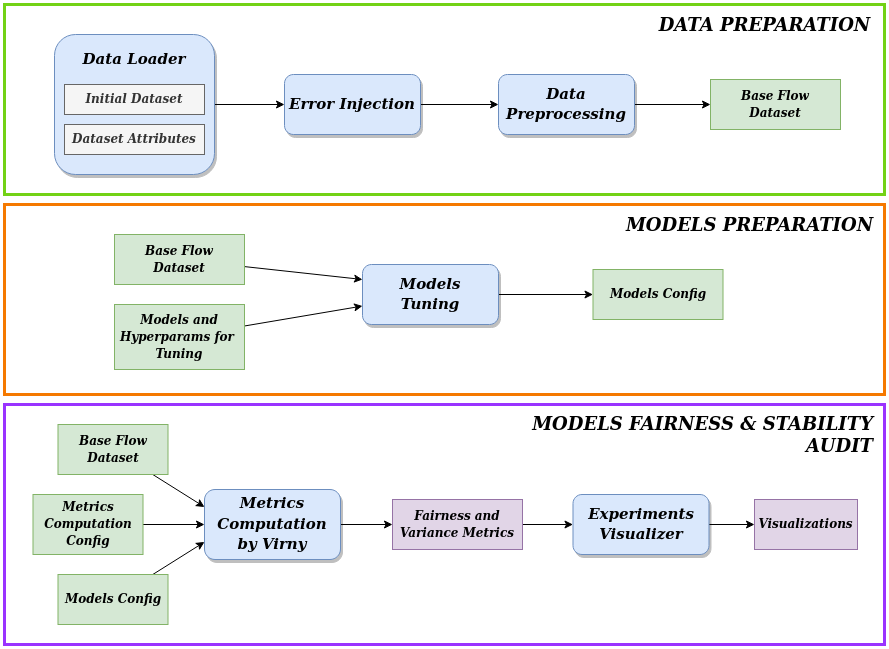
Before: docs/diagrams/ML_Lifecycle_Framework_v3.png, a diagram exported from draw.io (DataResponsibly/Virny). Source tidied: cells renumbered, new cells last; positions are measured from the earlier drawing's top-left corner, leaving out a move shared by most shapes.
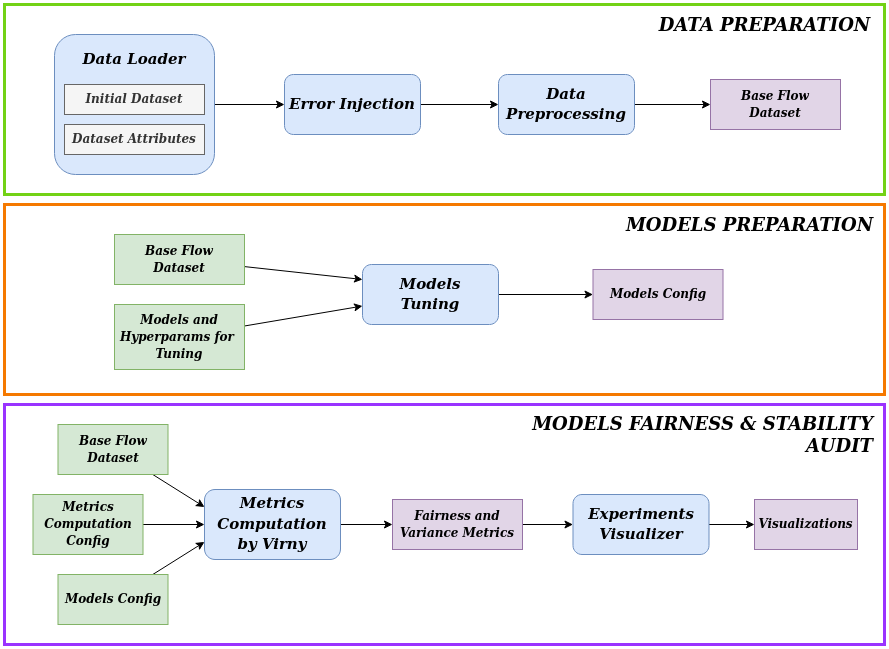
After the change.

Commit message:
Added a new diagram for MLcF

What changed in the source:
```diff
@@ -20,13 +20,13 @@
     <mxCell id="7" style="edgeStyle=orthogonalEdgeStyle;rounded=0;jettySize=auto;html=1;entryX=0;entryY=0.5;entryDx=0;entryDy=0;" parent="1" edge="1" source="8" target="37">
       <mxGeometry relative="1" as="geometry" />
     </mxCell>
-    <mxCell id="8" value="&lt;div style=&quot;font-size: 15px;&quot;&gt;&lt;font style=&quot;font-size: 15px;&quot; face=&quot;Verdana&quot;&gt;&lt;i&gt;&lt;font style=&quot;font-size: 15px;&quot;&gt;&lt;font style=&quot;font-size: 15px;&quot;&gt;&lt;font style=&quot;font-size: 15px;&quot;&gt;&lt;b&gt;Experiments&lt;/b&gt;&lt;/font&gt;&lt;/font&gt;&lt;/font&gt;&lt;/i&gt;&lt;/font&gt;&lt;/div&gt;&lt;div style=&quot;font-size: 15px;&quot;&gt;&lt;font style=&quot;font-size: 15px;&quot; face=&quot;Verdana&quot;&gt;&lt;i&gt;&lt;font style=&quot;font-size: 15px;&quot;&gt;&lt;font style=&quot;font-size: 15px;&quot;&gt;&lt;font style=&quot;font-size: 15px;&quot;&gt;&lt;b&gt;Visualizer&lt;/b&gt;&lt;/font&gt;&lt;/font&gt;&lt;/font&gt;&lt;/i&gt;&lt;/font&gt;&lt;/div&gt;" style="rounded=1;whiteSpace=wrap;html=1;fillColor=#dae8fc;strokeColor=#6c8ebf;shadow=1;gradientColor=none;" parent="1" vertex="1">
+    <mxCell id="8" value="&lt;div style=&quot;font-size: 15px;&quot;&gt;&lt;font style=&quot;font-size: 15px;&quot; face=&quot;Verdana&quot;&gt;&lt;i&gt;&lt;font style=&quot;font-size: 15px;&quot;&gt;&lt;font style=&quot;font-size: 15px;&quot;&gt;&lt;font style=&quot;font-size: 15px;&quot;&gt;&lt;b&gt;Experiments&lt;/b&gt;&lt;/font&gt;&lt;/font&gt;&lt;/font&gt;&lt;/i&gt;&lt;/font&gt;&lt;/div&gt;&lt;div style=&quot;font-size: 15px;&quot;&gt;&lt;font style=&quot;font-size: 15px;&quot; face=&quot;Verdana&quot;&gt;&lt;i&gt;&lt;font style=&quot;font-size: 15px;&quot;&gt;&lt;font style=&quot;font-size: 15px;&quot;&gt;&lt;font style=&quot;font-size: 15px;&quot;&gt;&lt;b&gt;Visualizer&lt;/b&gt;&lt;/font&gt;&lt;/font&gt;&lt;/font&gt;&lt;/i&gt;&lt;/font&gt;&lt;/div&gt;" style="rounded=1;whiteSpace=wrap;html=1;fillColor=#dae8fc;strokeColor=#6c8ebf;shadow=0;gradientColor=none;" parent="1" vertex="1">
       <mxGeometry x="568.5" y="490" width="136" height="60" as="geometry" />
     </mxCell>
     <mxCell id="9" style="edgeStyle=orthogonalEdgeStyle;rounded=0;jettySize=auto;html=1;entryX=0;entryY=0.5;entryDx=0;entryDy=0;" parent="1" edge="1" source="10" target="36">
       <mxGeometry relative="1" as="geometry" />
     </mxCell>
-    <mxCell id="10" value="&lt;div style=&quot;font-size: 15px;&quot;&gt;&lt;font style=&quot;font-size: 15px;&quot; face=&quot;Verdana&quot;&gt;&lt;i&gt;&lt;font style=&quot;font-size: 15px;&quot;&gt;&lt;font style=&quot;font-size: 15px;&quot;&gt;&lt;font style=&quot;font-size: 15px;&quot;&gt;&lt;b&gt;Metrics Computation &lt;br&gt;&lt;/b&gt;&lt;/font&gt;&lt;/font&gt;&lt;/font&gt;&lt;/i&gt;&lt;/font&gt;&lt;/div&gt;&lt;div style=&quot;font-size: 15px;&quot;&gt;&lt;font style=&quot;font-size: 15px;&quot; face=&quot;Verdana&quot;&gt;&lt;i&gt;&lt;font style=&quot;font-size: 15px;&quot;&gt;&lt;font style=&quot;font-size: 15px;&quot;&gt;&lt;font style=&quot;font-size: 15px;&quot;&gt;&lt;b&gt;by Virny&lt;br&gt;&lt;/b&gt;&lt;/font&gt;&lt;/font&gt;&lt;/font&gt;&lt;/i&gt;&lt;/font&gt;&lt;/div&gt;" style="rounded=1;whiteSpace=wrap;html=1;fillColor=#dae8fc;strokeColor=#6c8ebf;shadow=1;gradientColor=none;" parent="1" vertex="1">
+    <mxCell id="10" value="&lt;div style=&quot;font-size: 15px;&quot;&gt;&lt;font style=&quot;font-size: 15px;&quot; face=&quot;Verdana&quot;&gt;&lt;i&gt;&lt;font style=&quot;font-size: 15px;&quot;&gt;&lt;font style=&quot;font-size: 15px;&quot;&gt;&lt;font style=&quot;font-size: 15px;&quot;&gt;&lt;b&gt;Metrics Computation &lt;br&gt;&lt;/b&gt;&lt;/font&gt;&lt;/font&gt;&lt;/font&gt;&lt;/i&gt;&lt;/font&gt;&lt;/div&gt;&lt;div style=&quot;font-size: 15px;&quot;&gt;&lt;font style=&quot;font-size: 15px;&quot; face=&quot;Verdana&quot;&gt;&lt;i&gt;&lt;font style=&quot;font-size: 15px;&quot;&gt;&lt;font style=&quot;font-size: 15px;&quot;&gt;&lt;font style=&quot;font-size: 15px;&quot;&gt;&lt;b&gt;by Virny&lt;br&gt;&lt;/b&gt;&lt;/font&gt;&lt;/font&gt;&lt;/font&gt;&lt;/i&gt;&lt;/font&gt;&lt;/div&gt;" style="rounded=1;whiteSpace=wrap;html=1;fillColor=#dae8fc;strokeColor=#6c8ebf;shadow=0;gradientColor=none;" parent="1" vertex="1">
       <mxGeometry x="200" y="485" width="136" height="70" as="geometry" />
     </mxCell>
     <mxCell id="11" value="&lt;div align=&quot;right&quot;&gt;&lt;b&gt;&lt;font style=&quot;font-size: 19px;&quot; face=&quot;Merienda One&quot;&gt;&lt;i&gt;&lt;font style=&quot;font-size: 19px;&quot;&gt;&lt;font style=&quot;font-size: 19px;&quot;&gt;&lt;font style=&quot;font-size: 19px;&quot;&gt;&lt;font style=&quot;font-size: 19px;&quot;&gt;&lt;font style=&quot;font-size: 18px;&quot;&gt;&lt;font style=&quot;font-size: 18px;&quot;&gt;MODELS FAIRNESS &amp;amp; STABILITY &lt;br&gt;&lt;/font&gt;&lt;/font&gt;&lt;/font&gt;&lt;/font&gt;&lt;/font&gt;&lt;/font&gt;&lt;/i&gt;&lt;/font&gt;&lt;/b&gt;&lt;/div&gt;&lt;div align=&quot;right&quot;&gt;&lt;b&gt;&lt;font style=&quot;font-size: 19px;&quot; face=&quot;Merienda One&quot;&gt;&lt;i&gt;&lt;font style=&quot;font-size: 19px;&quot;&gt;&lt;font style=&quot;font-size: 19px;&quot;&gt;&lt;font style=&quot;font-size: 19px;&quot;&gt;&lt;font style=&quot;font-size: 19px;&quot;&gt;&lt;font style=&quot;font-size: 18px;&quot;&gt;&lt;font style=&quot;font-size: 18px;&quot;&gt;AUDIT&lt;/font&gt;&lt;/font&gt;&lt;/font&gt;&lt;/font&gt;&lt;/font&gt;&lt;/font&gt;&lt;/i&gt;&lt;/font&gt;&lt;/b&gt;&lt;/div&gt;" style="text;html=1;align=right;verticalAlign=middle;strokeColor=none;fillColor=none;" parent="1" vertex="1">
@@ -35,19 +35,19 @@
     <mxCell id="12" style="edgeStyle=orthogonalEdgeStyle;rounded=0;jettySize=auto;html=1;entryX=0;entryY=0.5;entryDx=0;entryDy=0;" parent="1" edge="1" source="13" target="15">
       <mxGeometry relative="1" as="geometry" />
     </mxCell>
-    <mxCell id="13" style="rounded=1;whiteSpace=wrap;html=1;fillColor=#dae8fc;strokeColor=#6c8ebf;shadow=1;gradientColor=none;" parent="1" vertex="1">
+    <mxCell id="13" style="rounded=1;whiteSpace=wrap;html=1;fillColor=#dae8fc;strokeColor=#6c8ebf;shadow=0;gradientColor=none;" parent="1" vertex="1">
       <mxGeometry x="50" y="30" width="160" height="140" as="geometry" />
     </mxCell>
     <mxCell id="14" style="edgeStyle=orthogonalEdgeStyle;rounded=0;jettySize=auto;html=1;entryX=0;entryY=0.5;entryDx=0;entryDy=0;" parent="1" edge="1" source="15" target="17">
       <mxGeometry relative="1" as="geometry" />
     </mxCell>
-    <mxCell id="15" value="&lt;div style=&quot;font-size: 15px;&quot;&gt;&lt;font style=&quot;font-size: 15px;&quot; face=&quot;Verdana&quot;&gt;&lt;i&gt;&lt;font style=&quot;font-size: 15px;&quot;&gt;&lt;font style=&quot;font-size: 15px;&quot;&gt;&lt;font style=&quot;font-size: 15px;&quot;&gt;&lt;b&gt;Error Injection&lt;br&gt;&lt;/b&gt;&lt;/font&gt;&lt;/font&gt;&lt;/font&gt;&lt;/i&gt;&lt;/font&gt;&lt;/div&gt;" style="rounded=1;whiteSpace=wrap;html=1;fillColor=#dae8fc;strokeColor=#6c8ebf;shadow=1;gradientColor=none;" parent="1" vertex="1">
+    <mxCell id="15" value="&lt;div style=&quot;font-size: 15px;&quot;&gt;&lt;font style=&quot;font-size: 15px;&quot; face=&quot;Verdana&quot;&gt;&lt;i&gt;&lt;font style=&quot;font-size: 15px;&quot;&gt;&lt;font style=&quot;font-size: 15px;&quot;&gt;&lt;font style=&quot;font-size: 15px;&quot;&gt;&lt;b&gt;Error Injection&lt;br&gt;&lt;/b&gt;&lt;/font&gt;&lt;/font&gt;&lt;/font&gt;&lt;/i&gt;&lt;/font&gt;&lt;/div&gt;" style="rounded=1;whiteSpace=wrap;html=1;fillColor=#dae8fc;strokeColor=#6c8ebf;shadow=0;gradientColor=none;" parent="1" vertex="1">
       <mxGeometry x="280" y="70" width="136" height="60" as="geometry" />
     </mxCell>
     <mxCell id="16" style="edgeStyle=orthogonalEdgeStyle;rounded=0;jettySize=auto;html=1;entryX=0;entryY=0.5;entryDx=0;entryDy=0;" parent="1" edge="1" source="17" target="27">
       <mxGeometry relative="1" as="geometry" />
     </mxCell>
-    <mxCell id="17" value="&lt;div style=&quot;font-size: 15px;&quot;&gt;&lt;font style=&quot;font-size: 15px;&quot; face=&quot;Verdana&quot;&gt;&lt;i&gt;&lt;font style=&quot;font-size: 15px;&quot;&gt;&lt;font style=&quot;font-size: 15px;&quot;&gt;&lt;font style=&quot;font-size: 15px;&quot;&gt;&lt;b&gt;Data Preprocessing&lt;/b&gt;&lt;/font&gt;&lt;/font&gt;&lt;/font&gt;&lt;/i&gt;&lt;/font&gt;&lt;/div&gt;" style="rounded=1;whiteSpace=wrap;html=1;fillColor=#dae8fc;strokeColor=#6c8ebf;shadow=1;gradientColor=none;" parent="1" vertex="1">
+    <mxCell id="17" value="&lt;div style=&quot;font-size: 15px;&quot;&gt;&lt;font style=&quot;font-size: 15px;&quot; face=&quot;Verdana&quot;&gt;&lt;i&gt;&lt;font style=&quot;font-size: 15px;&quot;&gt;&lt;font style=&quot;font-size: 15px;&quot;&gt;&lt;font style=&quot;font-size: 15px;&quot;&gt;&lt;b&gt;Data Preprocessing&lt;/b&gt;&lt;/font&gt;&lt;/font&gt;&lt;/font&gt;&lt;/i&gt;&lt;/font&gt;&lt;/div&gt;" style="rounded=1;whiteSpace=wrap;html=1;fillColor=#dae8fc;strokeColor=#6c8ebf;shadow=0;gradientColor=none;" parent="1" vertex="1">
       <mxGeometry x="494" y="70" width="136" height="60" as="geometry" />
     </mxCell>
     <mxCell id="18" value="&lt;div style=&quot;font-size: 15px;&quot;&gt;&lt;font style=&quot;font-size: 15px;&quot;&gt;&lt;b&gt;&lt;font style=&quot;font-size: 15px;&quot; face=&quot;Verdana&quot;&gt;&lt;i&gt;&lt;font style=&quot;font-size: 15px;&quot;&gt;&lt;font style=&quot;font-size: 15px;&quot;&gt;&lt;font style=&quot;font-size: 15px;&quot;&gt;Data Loader&lt;br&gt;&lt;/font&gt;&lt;/font&gt;&lt;/font&gt;&lt;/i&gt;&lt;/font&gt;&lt;/b&gt;&lt;/font&gt;&lt;/div&gt;" style="text;html=1;strokeColor=none;fillColor=none;align=center;verticalAlign=middle;whiteSpace=wrap;rounded=0;" parent="1" vertex="1">
@@ -62,7 +62,7 @@
     <mxCell id="21" style="edgeStyle=orthogonalEdgeStyle;rounded=0;jettySize=auto;html=1;entryX=0;entryY=0.5;entryDx=0;entryDy=0;" parent="1" edge="1" source="22" target="28">
       <mxGeometry relative="1" as="geometry" />
     </mxCell>
-    <mxCell id="22" value="&lt;div style=&quot;font-size: 15px;&quot;&gt;&lt;font style=&quot;font-size: 15px;&quot; face=&quot;Verdana&quot;&gt;&lt;i&gt;&lt;font style=&quot;font-size: 15px;&quot;&gt;&lt;font style=&quot;font-size: 15px;&quot;&gt;&lt;font style=&quot;font-size: 15px;&quot;&gt;&lt;b&gt;Models &lt;br&gt;Tuning&lt;/b&gt;&lt;/font&gt;&lt;/font&gt;&lt;/font&gt;&lt;/i&gt;&lt;/font&gt;&lt;/div&gt;" style="rounded=1;whiteSpace=wrap;html=1;fillColor=#dae8fc;strokeColor=#6c8ebf;shadow=1;gradientColor=none;" parent="1" vertex="1">
+    <mxCell id="22" value="&lt;div style=&quot;font-size: 15px;&quot;&gt;&lt;font style=&quot;font-size: 15px;&quot; face=&quot;Verdana&quot;&gt;&lt;i&gt;&lt;font style=&quot;font-size: 15px;&quot;&gt;&lt;font style=&quot;font-size: 15px;&quot;&gt;&lt;font style=&quot;font-size: 15px;&quot;&gt;&lt;b&gt;Models &lt;br&gt;Tuning&lt;/b&gt;&lt;/font&gt;&lt;/font&gt;&lt;/font&gt;&lt;/i&gt;&lt;/font&gt;&lt;/div&gt;" style="rounded=1;whiteSpace=wrap;html=1;fillColor=#dae8fc;strokeColor=#6c8ebf;shadow=0;gradientColor=none;" parent="1" vertex="1">
       <mxGeometry x="358" y="260" width="136" height="60" as="geometry" />
     </mxCell>
     <mxCell id="23" style="rounded=0;jettySize=auto;html=1;entryX=0;entryY=0.25;entryDx=0;entryDy=0;" parent="1" edge="1" source="24" target="22">
@@ -77,10 +77,10 @@
     <mxCell id="26" value="&lt;div style=&quot;font-size: 13px;&quot;&gt;&lt;font style=&quot;font-size: 13px;&quot;&gt;&lt;b&gt;&lt;font style=&quot;font-size: 13px;&quot; face=&quot;Verdana&quot;&gt;&lt;i&gt;&lt;font style=&quot;font-size: 13px;&quot;&gt;&lt;font style=&quot;font-size: 12px;&quot;&gt;&lt;font style=&quot;font-size: 12px;&quot;&gt;Models and Hyperparams for&amp;nbsp; Tuning&lt;br&gt;&lt;/font&gt;&lt;/font&gt;&lt;/font&gt;&lt;/i&gt;&lt;/font&gt;&lt;/b&gt;&lt;/font&gt;&lt;/div&gt;" style="rounded=0;whiteSpace=wrap;html=1;fillColor=#d5e8d4;strokeColor=#82b366;" parent="1" vertex="1">
       <mxGeometry x="110" y="300" width="130" height="65" as="geometry" />
     </mxCell>
-    <mxCell id="27" value="&lt;div style=&quot;font-size: 13px;&quot;&gt;&lt;font style=&quot;font-size: 13px;&quot;&gt;&lt;b&gt;&lt;font style=&quot;font-size: 13px;&quot; face=&quot;Verdana&quot;&gt;&lt;i&gt;&lt;font style=&quot;font-size: 13px;&quot;&gt;&lt;font style=&quot;font-size: 12px;&quot;&gt;&lt;font style=&quot;font-size: 12px;&quot;&gt;Base Flow&lt;/font&gt;&lt;/font&gt;&lt;/font&gt;&lt;/i&gt;&lt;/font&gt;&lt;/b&gt;&lt;/font&gt;&lt;/div&gt;&lt;div style=&quot;font-size: 13px;&quot;&gt;&lt;font style=&quot;font-size: 13px;&quot;&gt;&lt;b&gt;&lt;font style=&quot;font-size: 13px;&quot; face=&quot;Verdana&quot;&gt;&lt;i&gt;&lt;font style=&quot;font-size: 13px;&quot;&gt;&lt;font style=&quot;font-size: 12px;&quot;&gt;&lt;font style=&quot;font-size: 12px;&quot;&gt;Dataset&lt;br&gt;&lt;/font&gt;&lt;/font&gt;&lt;/font&gt;&lt;/i&gt;&lt;/font&gt;&lt;/b&gt;&lt;/font&gt;&lt;/div&gt;" style="rounded=0;whiteSpace=wrap;html=1;fillColor=#d5e8d4;strokeColor=#82b366;" parent="1" vertex="1">
+    <mxCell id="27" value="&lt;div style=&quot;font-size: 13px;&quot;&gt;&lt;font style=&quot;font-size: 13px;&quot;&gt;&lt;b&gt;&lt;font style=&quot;font-size: 13px;&quot; face=&quot;Verdana&quot;&gt;&lt;i&gt;&lt;font style=&quot;font-size: 13px;&quot;&gt;&lt;font style=&quot;font-size: 12px;&quot;&gt;&lt;font style=&quot;font-size: 12px;&quot;&gt;Base Flow&lt;/font&gt;&lt;/font&gt;&lt;/font&gt;&lt;/i&gt;&lt;/font&gt;&lt;/b&gt;&lt;/font&gt;&lt;/div&gt;&lt;div style=&quot;font-size: 13px;&quot;&gt;&lt;font style=&quot;font-size: 13px;&quot;&gt;&lt;b&gt;&lt;font style=&quot;font-size: 13px;&quot; face=&quot;Verdana&quot;&gt;&lt;i&gt;&lt;font style=&quot;font-size: 13px;&quot;&gt;&lt;font style=&quot;font-size: 12px;&quot;&gt;&lt;font style=&quot;font-size: 12px;&quot;&gt;Dataset&lt;br&gt;&lt;/font&gt;&lt;/font&gt;&lt;/font&gt;&lt;/i&gt;&lt;/font&gt;&lt;/b&gt;&lt;/font&gt;&lt;/div&gt;" style="rounded=0;whiteSpace=wrap;html=1;fillColor=#e1d5e7;strokeColor=#9673a6;" parent="1" vertex="1">
       <mxGeometry x="706" y="75" width="130" height="50" as="geometry" />
     </mxCell>
-    <mxCell id="28" value="&lt;div style=&quot;font-size: 13px;&quot;&gt;&lt;font style=&quot;font-size: 13px;&quot;&gt;&lt;b&gt;&lt;font style=&quot;font-size: 13px;&quot; face=&quot;Verdana&quot;&gt;&lt;i&gt;&lt;font style=&quot;font-size: 13px;&quot;&gt;&lt;font style=&quot;font-size: 12px;&quot;&gt;&lt;font style=&quot;font-size: 12px;&quot;&gt;Models Config&lt;br&gt;&lt;/font&gt;&lt;/font&gt;&lt;/font&gt;&lt;/i&gt;&lt;/font&gt;&lt;/b&gt;&lt;/font&gt;&lt;/div&gt;" style="rounded=0;whiteSpace=wrap;html=1;fillColor=#d5e8d4;strokeColor=#82b366;" parent="1" vertex="1">
+    <mxCell id="28" value="&lt;div style=&quot;font-size: 13px;&quot;&gt;&lt;font style=&quot;font-size: 13px;&quot;&gt;&lt;b&gt;&lt;font style=&quot;font-size: 13px;&quot; face=&quot;Verdana&quot;&gt;&lt;i&gt;&lt;font style=&quot;font-size: 13px;&quot;&gt;&lt;font style=&quot;font-size: 12px;&quot;&gt;&lt;font style=&quot;font-size: 12px;&quot;&gt;Models Config&lt;br&gt;&lt;/font&gt;&lt;/font&gt;&lt;/font&gt;&lt;/i&gt;&lt;/font&gt;&lt;/b&gt;&lt;/font&gt;&lt;/div&gt;" style="rounded=0;whiteSpace=wrap;html=1;fillColor=#e1d5e7;strokeColor=#9673a6;" parent="1" vertex="1">
       <mxGeometry x="588.5" y="265" width="130" height="50" as="geometry" />
     </mxCell>
     <mxCell id="29" style="rounded=0;jettySize=auto;html=1;entryX=0;entryY=0.25;entryDx=0;entryDy=0;" parent="1" edge="1" source="30" target="10">
```
